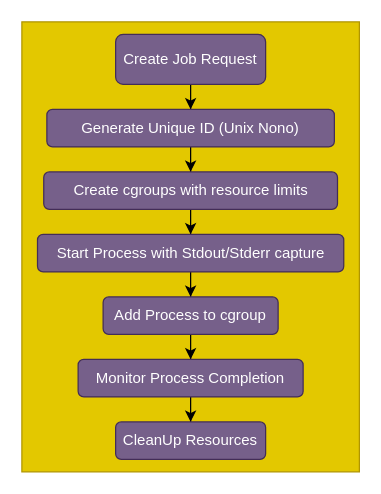
Above: page "Job Lifecycle" (3 of 5) of docs/job-worker.drawio in ehsaniara/job-worker (draw.io), before the change. Source tidied: cells renumbered, new cells numbered last; positions are measured from the earlier drawing's top-left corner, leaving out a move shared by most shapes. Both pictures are drawn from the tidied source at 125%, with x=0, y=0 at pixel (21, 21).
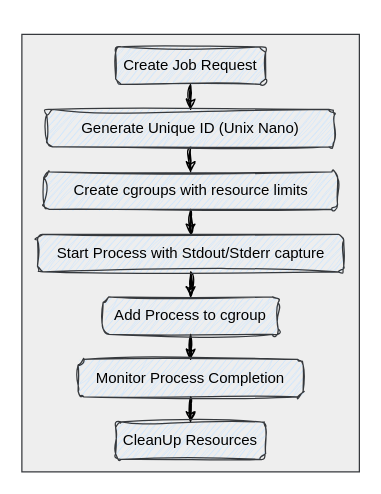
Above is the later version.

The edit, as a diff of the source:
```diff
@@
 <mxGraphModel>
   <root>
     <mxCell id="0" />
     <mxCell id="1" parent="0" />
-    <mxCell id="2" style="rounded=0;whiteSpace=wrap;html=1;fontColor=#000000;fillColor=#e3c800;strokeColor=#B09500;" parent="1" vertex="1">
-      <mxGeometry width="270" height="360" as="geometry" />
+    <mxCell id="2" style="rounded=0;whiteSpace=wrap;html=1;fillColor=#eeeeee;strokeColor=#36393d;fontColor=#000000;" parent="1" vertex="1">
+      <mxGeometry y="10" width="270" height="350" as="geometry" />
     </mxCell>
-    <mxCell id="3" style="edgeStyle=orthogonalEdgeStyle;rounded=0;jettySize=auto;html=1;fontColor=#000000;strokeColor=#000000;" parent="1" edge="1" source="4" target="6">
+    <mxCell id="3" style="edgeStyle=orthogonalEdgeStyle;rounded=0;jettySize=auto;html=1;fontColor=#000000;strokeColor=#000000;sketch=1;curveFitting=1;jiggle=2;" parent="1" edge="1" source="4" target="6">
       <mxGeometry relative="1" as="geometry" />
     </mxCell>
-    <mxCell id="4" value="Create Job Request" style="rounded=1;whiteSpace=wrap;html=1;fontColor=#ffffff;fillColor=#76608a;strokeColor=#432D57;" parent="1" vertex="1">
-      <mxGeometry x="75" y="10" width="120" height="40" as="geometry" />
+    <mxCell id="4" value="Create Job Request" style="rounded=1;whiteSpace=wrap;html=1;fillColor=#cce5ff;strokeColor=#36393d;sketch=1;curveFitting=1;jiggle=2;fontColor=#000000;" parent="1" vertex="1">
+      <mxGeometry x="75" y="20" width="120" height="30" as="geometry" />
     </mxCell>
-    <mxCell id="5" style="edgeStyle=orthogonalEdgeStyle;rounded=0;jettySize=auto;html=1;fontColor=#000000;strokeColor=#000000;" parent="1" edge="1" source="6" target="8">
+    <mxCell id="5" style="edgeStyle=orthogonalEdgeStyle;rounded=0;jettySize=auto;html=1;fontColor=#000000;strokeColor=#000000;sketch=1;curveFitting=1;jiggle=2;" parent="1" edge="1" source="6" target="8">
       <mxGeometry relative="1" as="geometry" />
     </mxCell>
-    <mxCell id="6" value="Generate&amp;nbsp;&lt;span style=&quot;background-color: transparent;&quot;&gt;Unique ID (Unix Nono)&lt;/span&gt;" style="rounded=1;whiteSpace=wrap;html=1;fontColor=#ffffff;fillColor=#76608a;strokeColor=#432D57;" parent="1" vertex="1">
+    <mxCell id="6" value="Generate&amp;nbsp;&lt;span style=&quot;background-color: transparent;&quot;&gt;Unique ID (Unix Nano)&lt;/span&gt;" style="rounded=1;whiteSpace=wrap;html=1;fillColor=#cce5ff;strokeColor=#36393d;sketch=1;curveFitting=1;jiggle=2;fontColor=#000000;" parent="1" vertex="1">
       <mxGeometry x="20" y="70" width="230" height="30" as="geometry" />
     </mxCell>
-    <mxCell id="7" style="edgeStyle=orthogonalEdgeStyle;rounded=0;jettySize=auto;html=1;fontColor=#000000;strokeColor=#000000;" parent="1" edge="1" source="8" target="10">
+    <mxCell id="7" style="edgeStyle=orthogonalEdgeStyle;rounded=0;jettySize=auto;html=1;fontColor=#000000;strokeColor=#000000;sketch=1;curveFitting=1;jiggle=2;" parent="1" edge="1" source="8" target="10">
       <mxGeometry relative="1" as="geometry" />
     </mxCell>
-    <mxCell id="8" value="Create&amp;nbsp;&lt;span style=&quot;background-color: transparent;&quot;&gt;cgroups with resource&amp;nbsp;&lt;/span&gt;&lt;span style=&quot;background-color: transparent;&quot;&gt;limits&lt;/span&gt;" style="rounded=1;whiteSpace=wrap;html=1;fontColor=#ffffff;fillColor=#76608a;strokeColor=#432D57;" parent="1" vertex="1">
+    <mxCell id="8" value="Create&amp;nbsp;&lt;span style=&quot;background-color: transparent;&quot;&gt;cgroups with resource&amp;nbsp;&lt;/span&gt;&lt;span style=&quot;background-color: transparent;&quot;&gt;limits&lt;/span&gt;" style="rounded=1;whiteSpace=wrap;html=1;fillColor=#cce5ff;strokeColor=#36393d;sketch=1;curveFitting=1;jiggle=2;fontColor=#000000;" parent="1" vertex="1">
       <mxGeometry x="17.5" y="120" width="235" height="30" as="geometry" />
     </mxCell>
-    <mxCell id="9" style="edgeStyle=orthogonalEdgeStyle;rounded=0;jettySize=auto;html=1;fontColor=#000000;strokeColor=#000000;" parent="1" edge="1" source="10" target="12">
+    <mxCell id="9" style="edgeStyle=orthogonalEdgeStyle;rounded=0;jettySize=auto;html=1;fontColor=#000000;strokeColor=#000000;sketch=1;curveFitting=1;jiggle=2;" parent="1" edge="1" source="10" target="12">
       <mxGeometry relative="1" as="geometry" />
     </mxCell>
-    <mxCell id="10" value="Start Process with Stdout/Stderr capture" style="rounded=1;whiteSpace=wrap;html=1;fontColor=#ffffff;fillColor=#76608a;strokeColor=#432D57;" parent="1" vertex="1">
+    <mxCell id="10" value="Start Process with Stdout/Stderr capture" style="rounded=1;whiteSpace=wrap;html=1;fillColor=#cce5ff;strokeColor=#36393d;sketch=1;curveFitting=1;jiggle=2;fontColor=#000000;" parent="1" vertex="1">
       <mxGeometry x="12.5" y="170" width="245" height="30" as="geometry" />
     </mxCell>
-    <mxCell id="11" style="edgeStyle=orthogonalEdgeStyle;rounded=0;jettySize=auto;html=1;fontColor=#000000;strokeColor=#000000;" parent="1" edge="1" source="12" target="14">
+    <mxCell id="11" style="edgeStyle=orthogonalEdgeStyle;rounded=0;jettySize=auto;html=1;fontColor=#000000;strokeColor=#000000;sketch=1;curveFitting=1;jiggle=2;" parent="1" edge="1" source="12" target="14">
       <mxGeometry relative="1" as="geometry" />
     </mxCell>
-    <mxCell id="12" value="Add Process to cgroup" style="rounded=1;whiteSpace=wrap;html=1;fontColor=#ffffff;fillColor=#76608a;strokeColor=#432D57;" parent="1" vertex="1">
+    <mxCell id="12" value="Add Process to cgroup" style="rounded=1;whiteSpace=wrap;html=1;fillColor=#cce5ff;strokeColor=#36393d;sketch=1;curveFitting=1;jiggle=2;fontColor=#000000;" parent="1" vertex="1">
       <mxGeometry x="65" y="220" width="140" height="30" as="geometry" />
     </mxCell>
-    <mxCell id="13" style="edgeStyle=orthogonalEdgeStyle;rounded=0;jettySize=auto;html=1;fontColor=#000000;strokeColor=#000000;" parent="1" edge="1" source="14" target="15">
+    <mxCell id="13" style="edgeStyle=orthogonalEdgeStyle;rounded=0;jettySize=auto;html=1;fontColor=#000000;strokeColor=#000000;sketch=1;curveFitting=1;jiggle=2;" parent="1" edge="1" source="14" target="15">
       <mxGeometry relative="1" as="geometry" />
     </mxCell>
-    <mxCell id="14" value="Monitor Process Completion" style="rounded=1;whiteSpace=wrap;html=1;fontColor=#ffffff;fillColor=#76608a;strokeColor=#432D57;" parent="1" vertex="1">
+    <mxCell id="14" value="Monitor Process Completion" style="rounded=1;whiteSpace=wrap;html=1;fillColor=#cce5ff;strokeColor=#36393d;sketch=1;curveFitting=1;jiggle=2;fontColor=#000000;" parent="1" vertex="1">
       <mxGeometry x="45" y="270" width="180" height="30" as="geometry" />
     </mxCell>
-    <mxCell id="15" value="CleanUp Resources" style="rounded=1;whiteSpace=wrap;html=1;fontColor=#ffffff;fillColor=#76608a;strokeColor=#432D57;" parent="1" vertex="1">
+    <mxCell id="15" value="CleanUp Resources" style="rounded=1;whiteSpace=wrap;html=1;fillColor=#cce5ff;strokeColor=#36393d;sketch=1;curveFitting=1;jiggle=2;fontColor=#000000;" parent="1" vertex="1">
       <mxGeometry x="75" y="320" width="120" height="30" as="geometry" />
     </mxCell>
   </root>
 </mxGraphModel>
```
